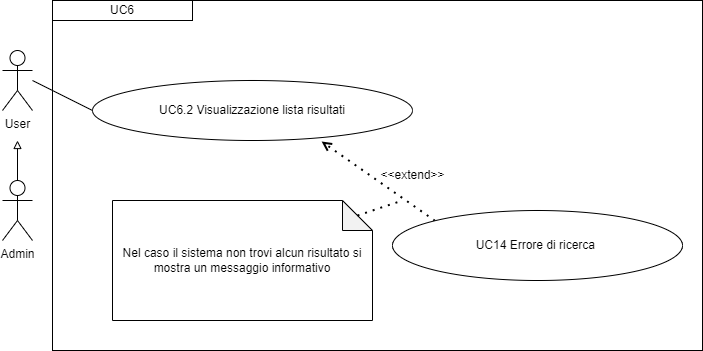
ShameIRL/farmacode keeps this draw.io diagram as imgs/Uml/UC6.2.png. Above is the earlier version. Source tidied: cells renumbered, new cells last; positions are measured from the earlier drawing's top-left corner, leaving out a move shared by most shapes.
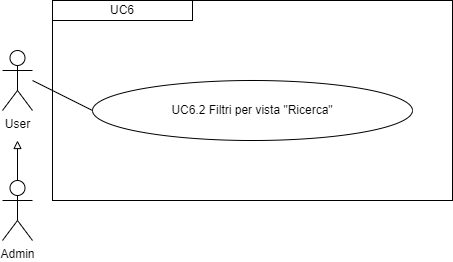
The same diagram one commit later.

Diff of the diagram source:
```diff
@@ -5,7 +5,7 @@
     <mxCell id="2" value="User" style="shape=umlActor;verticalLabelPosition=bottom;verticalAlign=top;html=1;" parent="1" vertex="1">
       <mxGeometry y="50" width="30" height="60" as="geometry" />
     </mxCell>
-    <mxCell id="3" value="UC6.2 Visualizzazione lista risultati" style="ellipse;whiteSpace=wrap;html=1;" parent="1" vertex="1">
+    <mxCell id="3" value="UC6.2 Filtri per vista &quot;Ricerca&quot;" style="ellipse;whiteSpace=wrap;html=1;" parent="1" vertex="1">
       <mxGeometry x="90" y="80" width="320" height="60" as="geometry" />
     </mxCell>
     <mxCell id="4" style="endArrow=none;html=1;rounded=0;entryX=0;entryY=0.5;entryDx=0;entryDy=0;" parent="1" edge="1" target="3">
@@ -16,25 +16,8 @@
     <mxCell id="5" value="&lt;div&gt;UC6&lt;/div&gt;" style="rounded=0;whiteSpace=wrap;html=1;" parent="1" vertex="1">
       <mxGeometry x="50" width="140" height="20" as="geometry" />
     </mxCell>
-    <mxCell id="6" value="Nel caso il sistema non trovi alcun risultato si mostra un messaggio informativo" style="shape=note;whiteSpace=wrap;html=1;backgroundOutline=1;darkOpacity=0.05;" parent="1" vertex="1">
-      <mxGeometry x="110" y="200" width="260" height="120" as="geometry" />
-    </mxCell>
-    <mxCell id="7" style="endArrow=open;dashed=1;html=1;dashPattern=1 3;strokeWidth=2;rounded=0;entryX=0.716;entryY=1.017;entryDx=0;entryDy=0;entryPerimeter=0;exitX=0;exitY=0;exitDx=0;exitDy=0;" parent="1" edge="1" source="8" target="3">
-      <mxGeometry relative="1" as="geometry" />
-    </mxCell>
-    <mxCell id="8" value="UC14 Errore di ricerca&amp;nbsp;" style="ellipse;whiteSpace=wrap;html=1;" parent="1" vertex="1">
-      <mxGeometry x="390" y="210" width="290" height="70" as="geometry" />
-    </mxCell>
-    <mxCell id="9" style="endArrow=none;dashed=1;html=1;dashPattern=1 3;strokeWidth=2;rounded=0;exitX=0;exitY=0;exitDx=245;exitDy=15;exitPerimeter=0;endFill=0;" parent="1" edge="1" source="6">
-      <mxGeometry relative="1" as="geometry">
-        <mxPoint x="400" y="200" as="targetPoint" />
-      </mxGeometry>
-    </mxCell>
-    <mxCell id="10" value="&amp;lt;&amp;lt;extend&amp;gt;&amp;gt;" style="text;html=1;align=center;verticalAlign=middle;strokeColor=none;fillColor=none;" parent="1" vertex="1">
-      <mxGeometry x="365" y="160" width="90" height="30" as="geometry" />
-    </mxCell>
     <mxCell id="11" style="rounded=0;whiteSpace=wrap;html=1;fillColor=none;" parent="1" vertex="1">
-      <mxGeometry x="50" width="650" height="350" as="geometry" />
+      <mxGeometry x="50" width="400" height="200" as="geometry" />
     </mxCell>
     <mxCell id="12" value="Admin" style="shape=umlActor;verticalLabelPosition=bottom;verticalAlign=top;html=1;outlineConnect=0;" parent="1" vertex="1">
       <mxGeometry y="180" width="30" height="60" as="geometry" />
```
